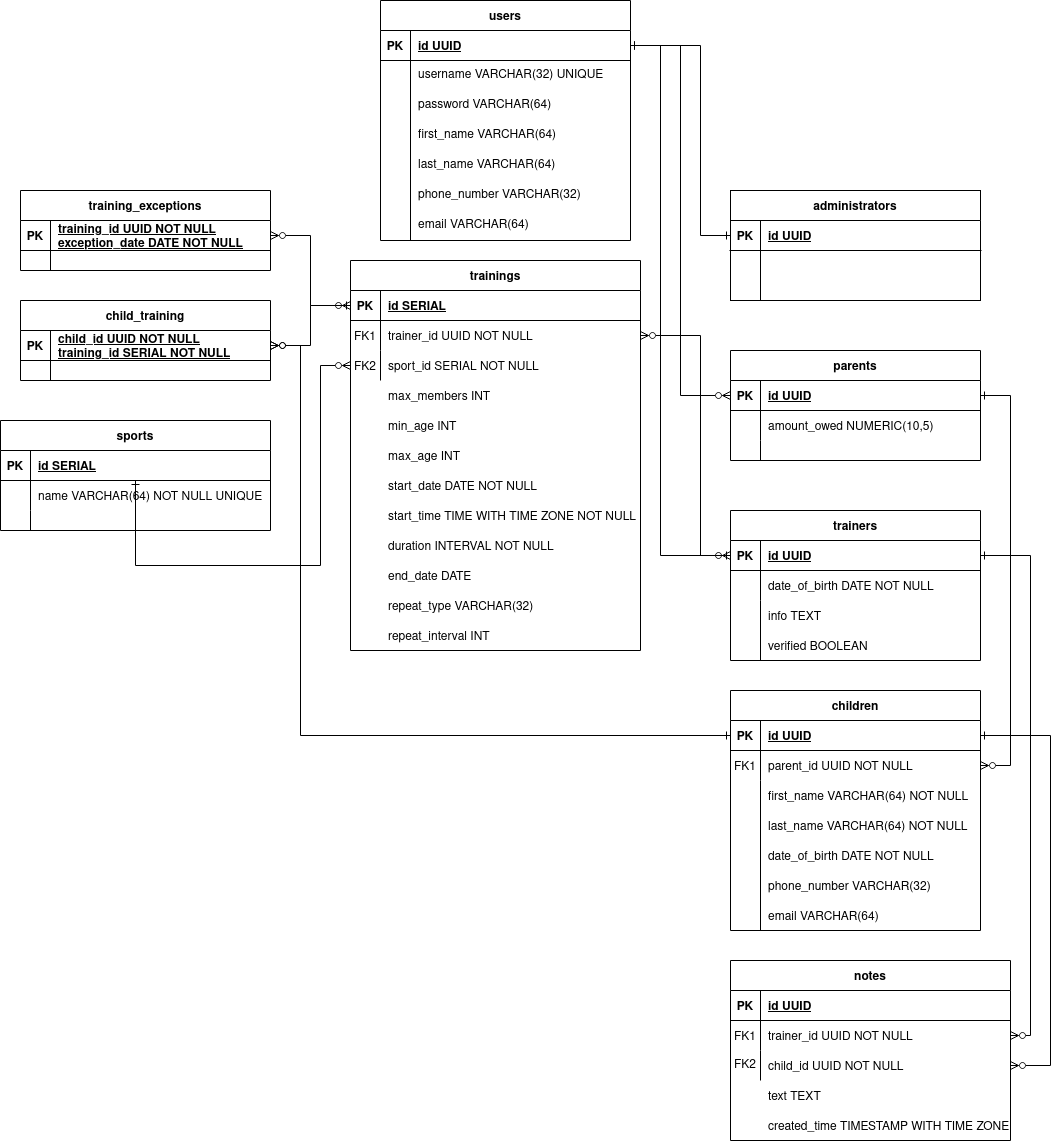
ReflexLevel0/sposko keeps this draw.io diagram as database_diagram.png. Above is the earlier version. Source tidied: cells renumbered, new cells last; positions are measured from the earlier drawing's top-left corner, leaving out a move shared by most shapes.
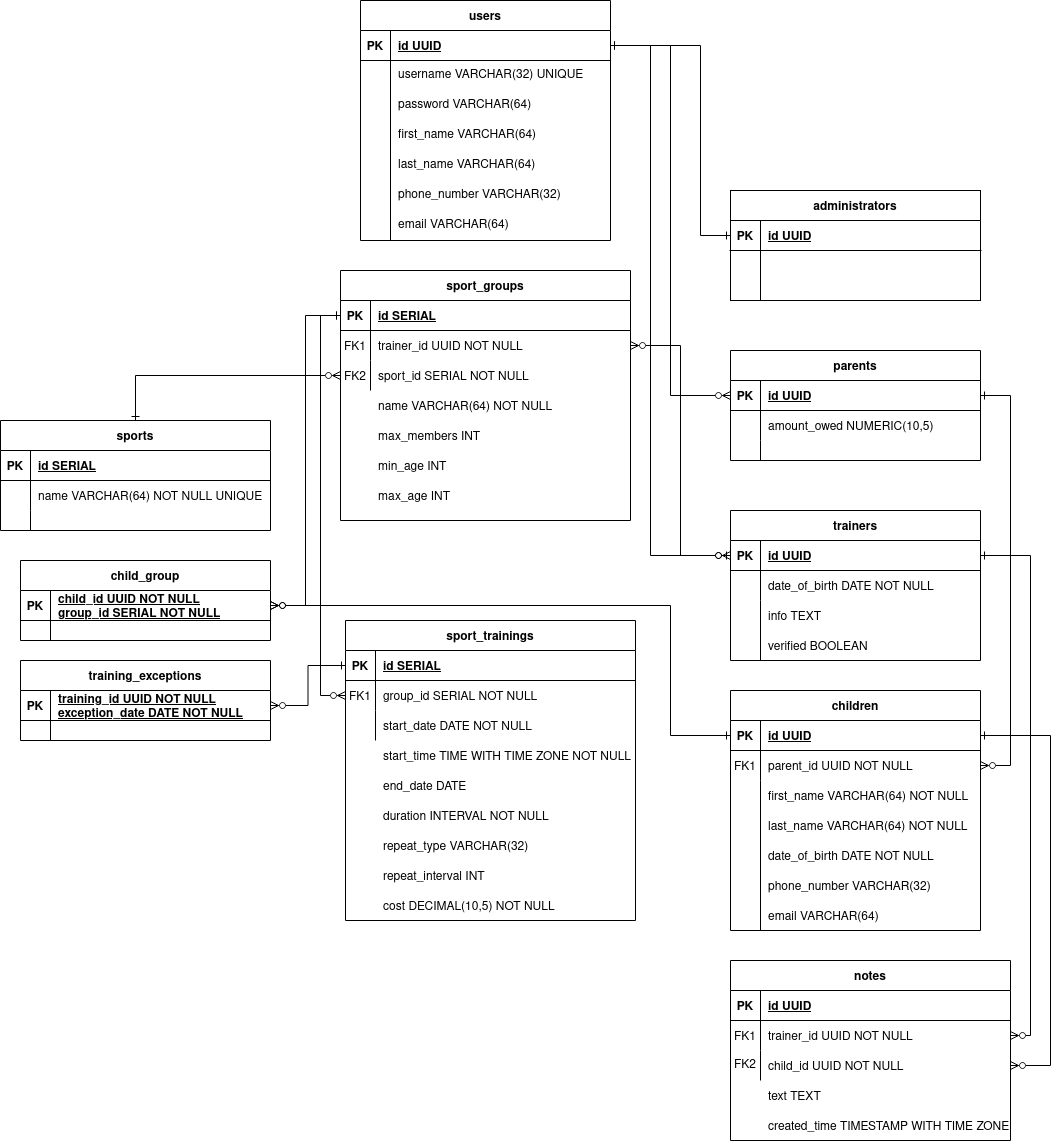
After the change.

Commit message:
Updated database model

Change to the diagram source:
```diff
@@ -104,8 +104,8 @@
     <mxCell id="35" style="edgeStyle=orthogonalEdgeStyle;rounded=0;jettySize=auto;html=1;entryX=0;entryY=0.5;entryDx=0;entryDy=0;endArrow=ERzeroToMany;endFill=0;startArrow=ERone;startFill=0;" parent="1" edge="1" source="118" target="24">
       <mxGeometry relative="1" as="geometry">
         <Array as="points">
-          <mxPoint x="660" y="45" />
-          <mxPoint x="660" y="555" />
+          <mxPoint x="650" y="45" />
+          <mxPoint x="650" y="555" />
         </Array>
       </mxGeometry>
     </mxCell>
@@ -217,6 +217,9 @@
         </Array>
       </mxGeometry>
     </mxCell>
+    <mxCell id="130" style="edgeStyle=orthogonalEdgeStyle;rounded=0;jettySize=auto;html=1;startArrow=ERone;startFill=0;endArrow=ERzeroToMany;endFill=0;" parent="1" edge="1" source="67" target="139">
+      <mxGeometry relative="1" as="geometry" />
+    </mxCell>
     <mxCell id="67" value="sports" style="shape=table;startSize=30;rowLines=0;fontStyle=1;align=center;" parent="1" vertex="1">
       <mxGeometry y="420" width="270" height="110" as="geometry" />
     </mxCell>
@@ -248,10 +251,10 @@
       <mxGeometry x="30" width="240" height="20" as="geometry" />
     </mxCell>
     <mxCell id="77" style="group;" parent="1" vertex="1">
-      <mxGeometry x="350" y="260" width="290" height="390" as="geometry" />
+      <mxGeometry x="345" y="620" width="290" height="390" as="geometry" />
     </mxCell>
-    <mxCell id="78" value="trainings" style="shape=table;startSize=30;rowLines=0;fontStyle=1;align=center;" parent="77" vertex="1">
-      <mxGeometry width="290" height="390" as="geometry" />
+    <mxCell id="78" value="sport_trainings" style="shape=table;startSize=30;rowLines=0;fontStyle=1;align=center;" parent="77" vertex="1">
+      <mxGeometry width="290" height="300" as="geometry" />
     </mxCell>
     <mxCell id="79" style="shape=partialRectangle;fillColor=none;points=[[0,0.5],[1,0.5]];portConstraint=eastwest;top=0;left=0;right=0;bottom=1;" parent="78" vertex="1">
       <mxGeometry y="30" width="290" height="30" as="geometry" />
@@ -268,64 +271,41 @@
     <mxCell id="83" value="FK1" style="shape=partialRectangle;overflow=hidden;fillColor=none;top=0;left=0;bottom=0;right=0;" parent="82" vertex="1">
       <mxGeometry width="30" height="30" as="geometry" />
     </mxCell>
-    <mxCell id="84" value="trainer_id UUID NOT NULL" style="shape=partialRectangle;overflow=hidden;fillColor=none;top=0;left=0;bottom=0;right=0;align=left;spacingLeft=6;" parent="82" vertex="1">
+    <mxCell id="84" value="group_id SERIAL NOT NULL" style="shape=partialRectangle;overflow=hidden;fillColor=none;top=0;left=0;bottom=0;right=0;align=left;spacingLeft=6;" parent="82" vertex="1">
       <mxGeometry x="30" width="260" height="30" as="geometry" />
     </mxCell>
     <mxCell id="85" style="shape=partialRectangle;fillColor=none;points=[[0,0.5],[1,0.5]];portConstraint=eastwest;top=0;left=0;right=0;bottom=0;" parent="78" vertex="1">
       <mxGeometry y="90" width="290" height="30" as="geometry" />
     </mxCell>
-    <mxCell id="86" value="FK2" style="shape=partialRectangle;overflow=hidden;fillColor=none;top=0;left=0;bottom=0;right=0;" parent="85" vertex="1">
+    <mxCell id="86" style="shape=partialRectangle;overflow=hidden;fillColor=none;top=0;left=0;bottom=0;right=0;" parent="85" vertex="1">
       <mxGeometry width="30" height="30" as="geometry" />
     </mxCell>
-    <mxCell id="87" value="sport_id SERIAL NOT NULL" style="shape=partialRectangle;overflow=hidden;fillColor=none;top=0;left=0;bottom=0;right=0;align=left;spacingLeft=6;" parent="85" vertex="1">
+    <mxCell id="87" style="shape=partialRectangle;overflow=hidden;fillColor=none;top=0;left=0;bottom=0;right=0;align=left;spacingLeft=6;" parent="85" vertex="1">
       <mxGeometry x="30" width="260" height="30" as="geometry" />
     </mxCell>
-    <mxCell id="88" value="max_members INT" style="shape=partialRectangle;overflow=hidden;fillColor=none;top=0;left=0;bottom=0;right=0;align=left;spacingLeft=6;" parent="77" vertex="1">
-      <mxGeometry x="30" y="120" width="240" height="30" as="geometry" />
-    </mxCell>
-    <mxCell id="89" value="min_age INT" style="shape=partialRectangle;overflow=hidden;fillColor=none;top=0;left=0;bottom=0;right=0;align=left;spacingLeft=6;" parent="77" vertex="1">
-      <mxGeometry x="30" y="150" width="240" height="30" as="geometry" />
-    </mxCell>
-    <mxCell id="90" value="max_age INT" style="shape=partialRectangle;overflow=hidden;fillColor=none;top=0;left=0;bottom=0;right=0;align=left;spacingLeft=6;" parent="77" vertex="1">
-      <mxGeometry x="30" y="180" width="240" height="30" as="geometry" />
-    </mxCell>
     <mxCell id="91" value="start_date DATE NOT NULL" style="shape=partialRectangle;overflow=hidden;fillColor=none;top=0;left=0;bottom=0;right=0;align=left;spacingLeft=6;" parent="77" vertex="1">
-      <mxGeometry x="30" y="210" width="240" height="30" as="geometry" />
+      <mxGeometry x="30" y="90" width="240" height="30" as="geometry" />
     </mxCell>
     <mxCell id="92" value="start_time TIME WITH TIME ZONE NOT NULL" style="shape=partialRectangle;overflow=hidden;fillColor=none;top=0;left=0;bottom=0;right=0;align=left;spacingLeft=6;" parent="77" vertex="1">
-      <mxGeometry x="30" y="240" width="260" height="30" as="geometry" />
+      <mxGeometry x="30" y="120" width="260" height="30" as="geometry" />
     </mxCell>
     <mxCell id="93" value="duration INTERVAL NOT NULL" style="shape=partialRectangle;overflow=hidden;fillColor=none;top=0;left=0;bottom=0;right=0;align=left;spacingLeft=6;" parent="77" vertex="1">
-      <mxGeometry x="30" y="270" width="240" height="30" as="geometry" />
+      <mxGeometry x="30" y="180" width="240" height="30" as="geometry" />
     </mxCell>
     <mxCell id="94" value="end_date DATE" style="shape=partialRectangle;overflow=hidden;fillColor=none;top=0;left=0;bottom=0;right=0;align=left;spacingLeft=6;" parent="77" vertex="1">
-      <mxGeometry x="30" y="300" width="240" height="30" as="geometry" />
+      <mxGeometry x="30" y="150" width="240" height="30" as="geometry" />
     </mxCell>
     <mxCell id="95" value="repeat_type VARCHAR(32)" style="shape=partialRectangle;overflow=hidden;fillColor=none;top=0;left=0;bottom=0;right=0;align=left;spacingLeft=6;" parent="77" vertex="1">
-      <mxGeometry x="30" y="330" width="240" height="30" as="geometry" />
+      <mxGeometry x="30" y="210" width="240" height="30" as="geometry" />
     </mxCell>
     <mxCell id="96" value="repeat_interval INT" style="shape=partialRectangle;overflow=hidden;fillColor=none;top=0;left=0;bottom=0;right=0;align=left;spacingLeft=6;" parent="77" vertex="1">
-      <mxGeometry x="30" y="360" width="240" height="30" as="geometry" />
+      <mxGeometry x="30" y="240" width="240" height="30" as="geometry" />
     </mxCell>
-    <mxCell id="97" style="edgeStyle=orthogonalEdgeStyle;rounded=0;jettySize=auto;html=1;startArrow=ERzeroToMany;startFill=0;endArrow=ERone;endFill=0;" parent="1" edge="1" source="85" target="68">
-      <mxGeometry relative="1" as="geometry">
-        <Array as="points">
-          <mxPoint x="320" y="365" />
-          <mxPoint x="320" y="565" />
-          <mxPoint x="135" y="565" />
-        </Array>
-      </mxGeometry>
-    </mxCell>
-    <mxCell id="98" style="edgeStyle=orthogonalEdgeStyle;rounded=0;jettySize=auto;html=1;startArrow=ERzeroToMany;startFill=0;endArrow=ERone;endFill=0;" parent="1" edge="1" source="82" target="24">
-      <mxGeometry relative="1" as="geometry">
-        <Array as="points">
-          <mxPoint x="700" y="335" />
-          <mxPoint x="700" y="555" />
-        </Array>
-      </mxGeometry>
-    </mxCell>
+    <mxCell id="131" value="cost DECIMAL(10,5) NOT NULL" style="shape=partialRectangle;overflow=hidden;fillColor=none;top=0;left=0;bottom=0;right=0;align=left;spacingLeft=6;" parent="77" vertex="1">
+      <mxGeometry x="30" y="270" width="240" height="30" as="geometry" />
+    </mxCell>
     <mxCell id="99" value="training_exceptions" style="shape=table;startSize=30;rowLines=0;fontStyle=1;align=center;" parent="1" vertex="1">
-      <mxGeometry x="20" y="190" width="250" height="80" as="geometry" />
+      <mxGeometry x="20" y="660" width="250" height="80" as="geometry" />
     </mxCell>
     <mxCell id="100" style="shape=partialRectangle;fillColor=none;points=[[0,0.5],[1,0.5]];portConstraint=eastwest;top=0;left=0;right=0;bottom=1;" parent="99" vertex="1">
       <mxGeometry y="30" width="250" height="30" as="geometry" />
@@ -345,11 +325,8 @@
     <mxCell id="105" style="shape=partialRectangle;overflow=hidden;fillColor=none;top=0;left=0;bottom=0;right=0;align=left;spacingLeft=6;verticalAlign=top;" parent="103" vertex="1">
       <mxGeometry x="30" width="220" height="20" as="geometry" />
     </mxCell>
-    <mxCell id="106" style="edgeStyle=orthogonalEdgeStyle;rounded=0;jettySize=auto;html=1;startArrow=ERzeroToMany;startFill=0;endArrow=ERone;endFill=0;" parent="1" edge="1" source="100" target="79">
-      <mxGeometry relative="1" as="geometry" />
-    </mxCell>
-    <mxCell id="107" value="child_training" style="shape=table;startSize=30;rowLines=0;fontStyle=1;align=center;" parent="1" vertex="1">
-      <mxGeometry x="20" y="300" width="250" height="80" as="geometry" />
+    <mxCell id="107" value="child_group" style="shape=table;startSize=30;rowLines=0;fontStyle=1;align=center;" parent="1" vertex="1">
+      <mxGeometry x="20" y="560" width="250" height="80" as="geometry" />
     </mxCell>
     <mxCell id="108" style="shape=partialRectangle;fillColor=none;points=[[0,0.5],[1,0.5]];portConstraint=eastwest;top=0;left=0;right=0;bottom=1;" parent="107" vertex="1">
       <mxGeometry y="30" width="250" height="30" as="geometry" />
@@ -357,7 +334,7 @@
     <mxCell id="109" value="PK" style="shape=partialRectangle;overflow=hidden;fillColor=none;top=0;left=0;bottom=0;right=0;fontStyle=1;" parent="108" vertex="1">
       <mxGeometry width="30" height="30" as="geometry" />
     </mxCell>
-    <mxCell id="110" value="child_id UUID NOT NULL&#10;training_id SERIAL NOT NULL" style="shape=partialRectangle;overflow=hidden;fillColor=none;top=0;left=0;bottom=0;right=0;align=left;spacingLeft=6;fontStyle=5;" parent="108" vertex="1">
+    <mxCell id="110" value="child_id UUID NOT NULL&#10;group_id SERIAL NOT NULL" style="shape=partialRectangle;overflow=hidden;fillColor=none;top=0;left=0;bottom=0;right=0;align=left;spacingLeft=6;fontStyle=5;" parent="108" vertex="1">
       <mxGeometry x="30" width="220" height="30" as="geometry" />
     </mxCell>
     <mxCell id="111" style="shape=partialRectangle;fillColor=none;top=0;left=0;right=0;bottom=0;" parent="107" vertex="1">
@@ -369,19 +346,8 @@
     <mxCell id="113" style="shape=partialRectangle;overflow=hidden;fillColor=none;top=0;left=0;bottom=0;right=0;align=left;spacingLeft=6;verticalAlign=top;" parent="111" vertex="1">
       <mxGeometry x="30" width="220" height="20" as="geometry" />
     </mxCell>
-    <mxCell id="114" style="edgeStyle=orthogonalEdgeStyle;rounded=0;jettySize=auto;html=1;startArrow=ERzeroToMany;startFill=0;endArrow=ERzeroToMany;endFill=0;" parent="1" edge="1" source="108" target="79">
-      <mxGeometry relative="1" as="geometry" />
-    </mxCell>
-    <mxCell id="115" style="edgeStyle=orthogonalEdgeStyle;rounded=0;jettySize=auto;html=1;startArrow=ERzeroToMany;startFill=0;endArrow=ERone;endFill=0;" parent="1" edge="1" source="108" target="37">
-      <mxGeometry relative="1" as="geometry">
-        <Array as="points">
-          <mxPoint x="300" y="345" />
-          <mxPoint x="300" y="735" />
-        </Array>
-      </mxGeometry>
-    </mxCell>
     <mxCell id="116" style="group;" parent="1" vertex="1">
-      <mxGeometry x="380" width="250" height="240" as="geometry" />
+      <mxGeometry x="360" width="250" height="240" as="geometry" />
     </mxCell>
     <mxCell id="117" value="users" style="shape=table;startSize=30;rowLines=0;fontStyle=1;align=center;" parent="116" vertex="1">
       <mxGeometry width="250" height="240" as="geometry" />
@@ -427,5 +393,72 @@
         </Array>
       </mxGeometry>
     </mxCell>
+    <mxCell id="132" value="sport_groups" style="shape=table;startSize=30;rowLines=0;fontStyle=1;align=center;" parent="1" vertex="1">
+      <mxGeometry x="340" y="270" width="290" height="250" as="geometry" />
+    </mxCell>
+    <mxCell id="133" style="shape=partialRectangle;fillColor=none;points=[[0,0.5],[1,0.5]];portConstraint=eastwest;top=0;left=0;right=0;bottom=1;" parent="132" vertex="1">
+      <mxGeometry y="30" width="290" height="30" as="geometry" />
+    </mxCell>
+    <mxCell id="134" value="PK" style="shape=partialRectangle;overflow=hidden;fillColor=none;top=0;left=0;bottom=0;right=0;fontStyle=1;" parent="133" vertex="1">
+      <mxGeometry width="30" height="30" as="geometry" />
+    </mxCell>
+    <mxCell id="135" value="id SERIAL" style="shape=partialRectangle;overflow=hidden;fillColor=none;top=0;left=0;bottom=0;right=0;align=left;spacingLeft=6;fontStyle=5;" parent="133" vertex="1">
+      <mxGeometry x="30" width="260" height="30" as="geometry" />
+    </mxCell>
+    <mxCell id="136" style="shape=partialRectangle;fillColor=none;points=[[0,0.5],[1,0.5]];portConstraint=eastwest;top=0;left=0;right=0;bottom=0;" parent="132" vertex="1">
+      <mxGeometry y="60" width="290" height="30" as="geometry" />
+    </mxCell>
+    <mxCell id="137" value="FK1" style="shape=partialRectangle;overflow=hidden;fillColor=none;top=0;left=0;bottom=0;right=0;" parent="136" vertex="1">
+      <mxGeometry width="30" height="30" as="geometry" />
+    </mxCell>
+    <mxCell id="138" value="trainer_id UUID NOT NULL" style="shape=partialRectangle;overflow=hidden;fillColor=none;top=0;left=0;bottom=0;right=0;align=left;spacingLeft=6;" parent="136" vertex="1">
+      <mxGeometry x="30" width="260" height="30" as="geometry" />
+    </mxCell>
+    <mxCell id="139" style="shape=partialRectangle;fillColor=none;points=[[0,0.5],[1,0.5]];portConstraint=eastwest;top=0;left=0;right=0;bottom=0;" parent="132" vertex="1">
+      <mxGeometry y="90" width="290" height="30" as="geometry" />
+    </mxCell>
+    <mxCell id="140" value="FK2" style="shape=partialRectangle;overflow=hidden;fillColor=none;top=0;left=0;bottom=0;right=0;" parent="139" vertex="1">
+      <mxGeometry width="30" height="30" as="geometry" />
+    </mxCell>
+    <mxCell id="141" value="sport_id SERIAL NOT NULL" style="shape=partialRectangle;overflow=hidden;fillColor=none;top=0;left=0;bottom=0;right=0;align=left;spacingLeft=6;" parent="139" vertex="1">
+      <mxGeometry x="30" width="260" height="30" as="geometry" />
+    </mxCell>
+    <mxCell id="88" value="max_members INT" style="shape=partialRectangle;overflow=hidden;fillColor=none;top=0;left=0;bottom=0;right=0;align=left;spacingLeft=6;" parent="1" vertex="1">
+      <mxGeometry x="370" y="420" width="240" height="30" as="geometry" />
+    </mxCell>
+    <mxCell id="89" value="min_age INT" style="shape=partialRectangle;overflow=hidden;fillColor=none;top=0;left=0;bottom=0;right=0;align=left;spacingLeft=6;" parent="1" vertex="1">
+      <mxGeometry x="370" y="450" width="240" height="30" as="geometry" />
+    </mxCell>
+    <mxCell id="90" value="max_age INT" style="shape=partialRectangle;overflow=hidden;fillColor=none;top=0;left=0;bottom=0;right=0;align=left;spacingLeft=6;" parent="1" vertex="1">
+      <mxGeometry x="370" y="480" width="240" height="30" as="geometry" />
+    </mxCell>
+    <mxCell id="142" value="name VARCHAR(64) NOT NULL" style="shape=partialRectangle;overflow=hidden;fillColor=none;top=0;left=0;bottom=0;right=0;align=left;spacingLeft=6;" parent="1" vertex="1">
+      <mxGeometry x="370" y="390" width="240" height="30" as="geometry" />
+    </mxCell>
+    <mxCell id="106" style="edgeStyle=orthogonalEdgeStyle;rounded=0;jettySize=auto;html=1;startArrow=ERzeroToMany;startFill=0;endArrow=ERone;endFill=0;" parent="1" edge="1" source="100" target="79">
+      <mxGeometry relative="1" as="geometry" />
+    </mxCell>
+    <mxCell id="143" style="edgeStyle=orthogonalEdgeStyle;rounded=0;jettySize=auto;html=1;startArrow=ERzeroToOne;startFill=0;endArrow=ERzeroToMany;endFill=0;" parent="1" edge="1" source="24" target="136">
+      <mxGeometry relative="1" as="geometry" />
+    </mxCell>
+    <mxCell id="115" style="edgeStyle=orthogonalEdgeStyle;rounded=0;jettySize=auto;html=1;startArrow=ERzeroToMany;startFill=0;endArrow=ERone;endFill=0;" parent="1" edge="1" source="108" target="37">
+      <mxGeometry relative="1" as="geometry">
+        <Array as="points">
+          <mxPoint x="670" y="605" />
+          <mxPoint x="670" y="735" />
+        </Array>
+      </mxGeometry>
+    </mxCell>
+    <mxCell id="144" style="edgeStyle=orthogonalEdgeStyle;rounded=0;jettySize=auto;html=1;startArrow=ERone;startFill=0;endArrow=ERzeroToMany;endFill=0;" parent="1" edge="1" source="133" target="108">
+      <mxGeometry relative="1" as="geometry" />
+    </mxCell>
+    <mxCell id="145" style="edgeStyle=orthogonalEdgeStyle;rounded=0;jettySize=auto;html=1;startArrow=ERzeroToMany;startFill=0;endArrow=ERone;endFill=0;" parent="1" edge="1" source="82" target="133">
+      <mxGeometry relative="1" as="geometry">
+        <Array as="points">
+          <mxPoint x="320" y="695" />
+          <mxPoint x="320" y="315" />
+        </Array>
+      </mxGeometry>
+    </mxCell>
   </root>
 </mxGraphModel>
```
